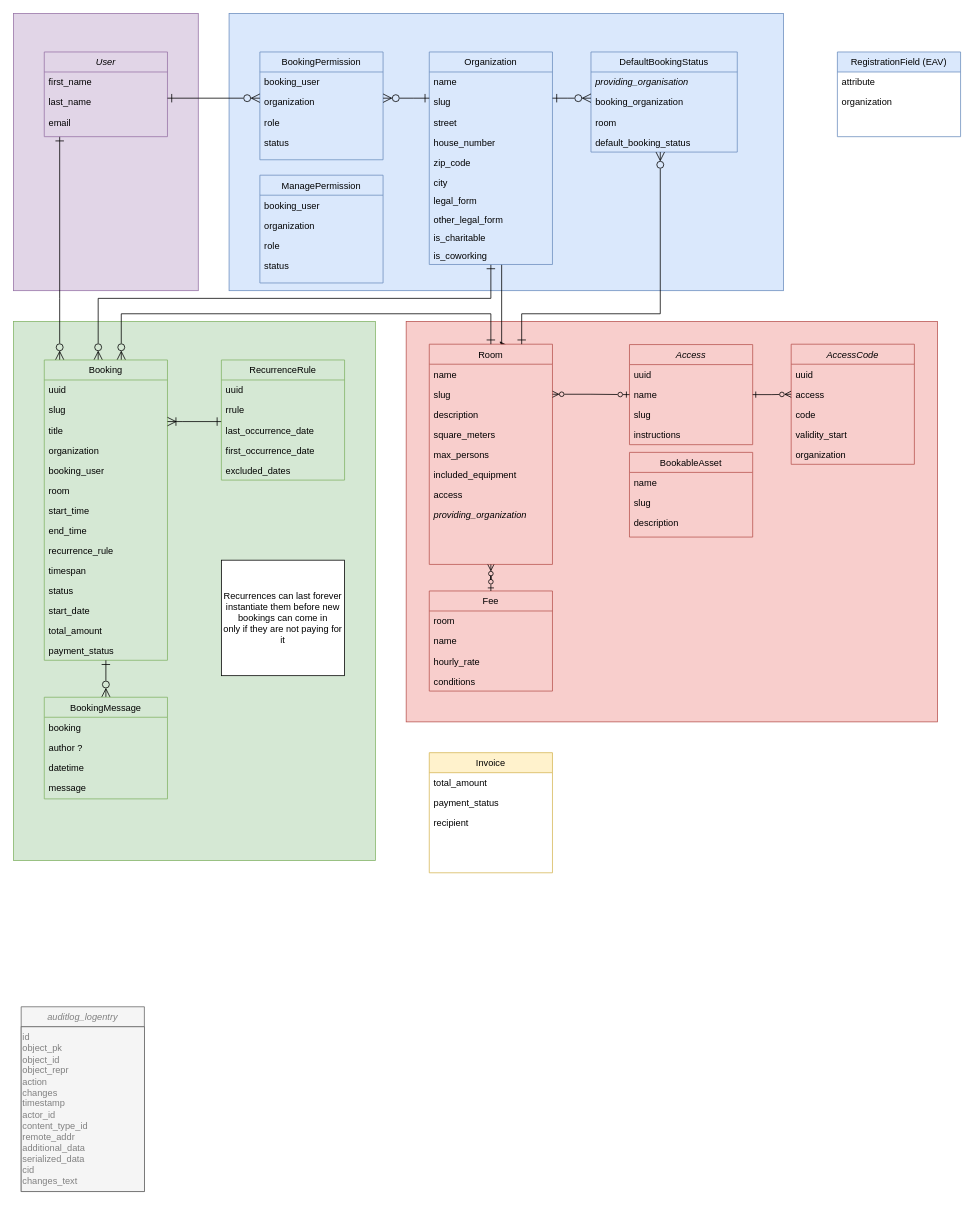
Haus-des-Engagements/re-sharing keeps this draw.io diagram as docs/modelling/erd-v1.2.1.drawio. Above is the earlier version. Source tidied: cells renumbered, new cells numbered last; positions are measured from the earlier drawing's top-left corner, leaving out a move shared by most shapes. Both pictures are drawn from the tidied source at 77%, with x=0, y=0 at pixel (13, 13).
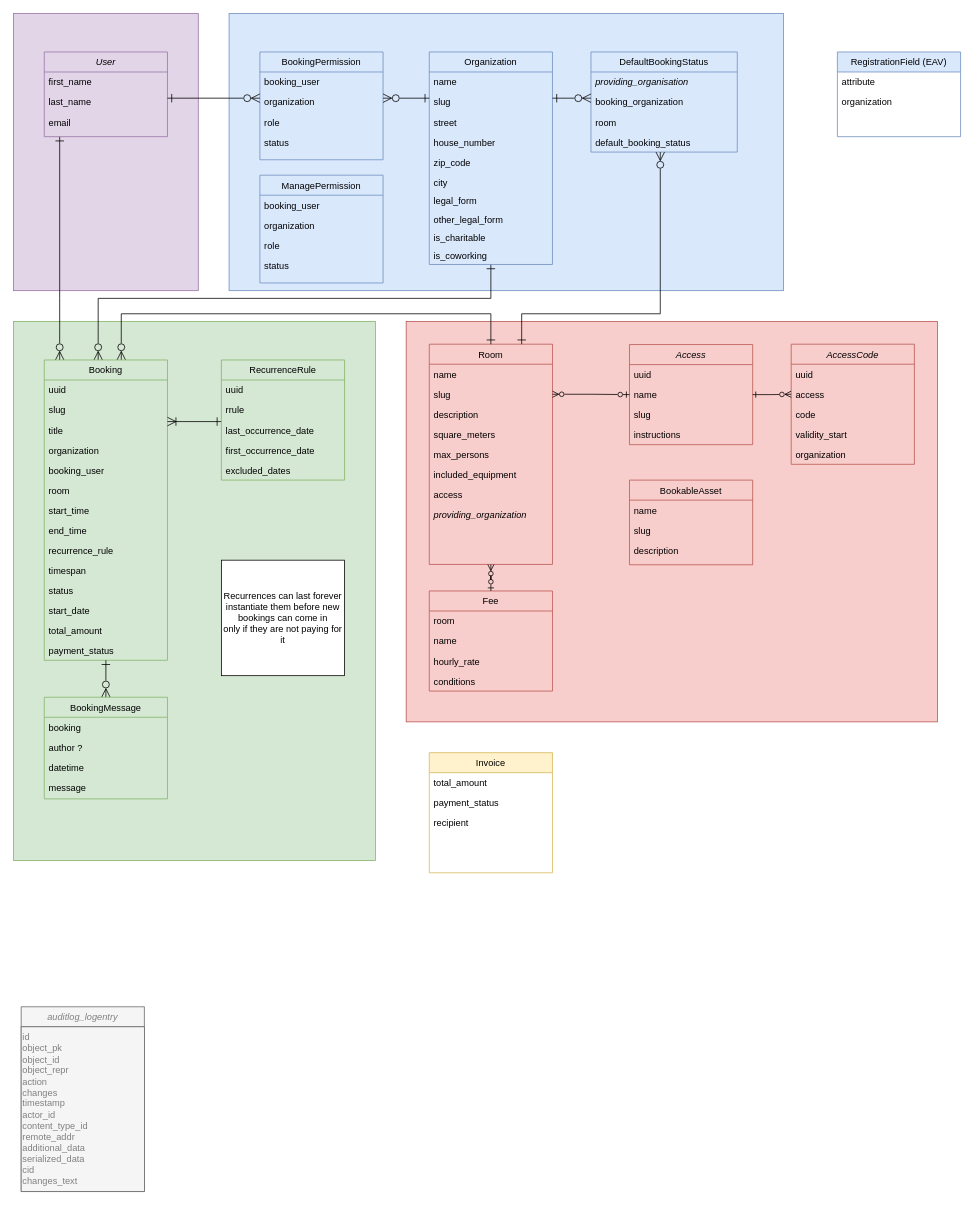
The same diagram, later.

The change refers to these unchanged cells:
```xml
<mxCell id="13" value="Organization" style="swimlane;fontStyle=0;align=center;verticalAlign=top;horizontal=1;startSize=26;rounded=0;shadow=0;strokeWidth=1;fillColor=#dae8fc;strokeColor=#6c8ebf;" parent="1" vertex="1">
  <mxGeometry x="540" y="50" width="160" height="276" as="geometry" />
</mxCell>
```

The edit, as a diff of the source:
```diff
@@
-    <mxCell id="12" style="edgeStyle=orthogonalEdgeStyle;rounded=0;jettySize=auto;html=1;" parent="1" edge="1" source="13">
-      <mxGeometry relative="1" as="geometry">
-        <mxPoint x="640" y="430" as="targetPoint" />
-        <Array as="points">
-          <mxPoint x="634" y="430" />
-        </Array>
-      </mxGeometry>
-    </mxCell>
@@
     <mxCell id="97" value="BookableAsset" style="swimlane;fontStyle=0;align=center;verticalAlign=top;horizontal=1;startSize=26;rounded=0;shadow=0;strokeWidth=1;fillColor=#f8cecc;strokeColor=#b85450;" parent="1" vertex="1">
-      <mxGeometry x="800" y="570" width="160" height="110" as="geometry" />
+      <mxGeometry x="800" y="606" width="160" height="110" as="geometry" />
     </mxCell>
```
